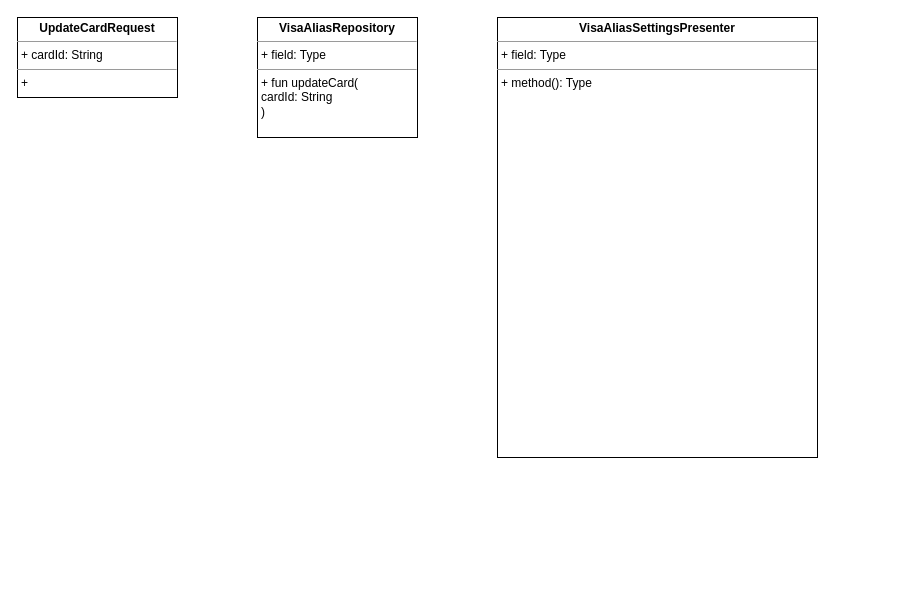
Before: UNI-15530.drawio in ShiryaevNikolay/diagrams, a draw.io diagram. Source tidied: cells renumbered, new cells numbered last; positions are measured from the earlier drawing's top-left corner, leaving out a move shared by most shapes. Both pictures are drawn from the tidied source at 100%, with x=0, y=0 at pixel (17, 17).
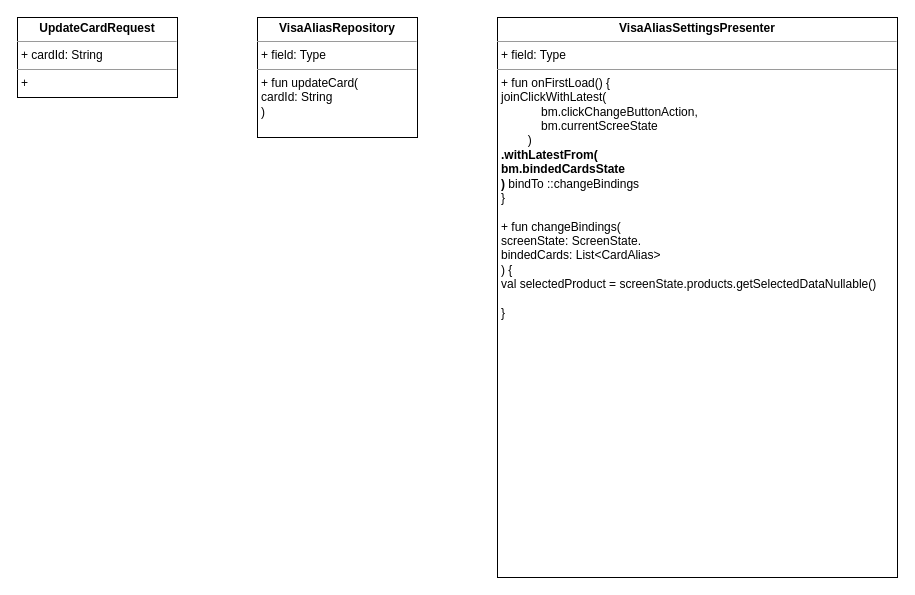
After the change.

What changed in the source:
```diff
@@
 <mxGraphModel>
   <root>
     <mxCell id="0" />
     <mxCell id="1" parent="0" />
     <mxCell id="2" value="&lt;p style=&quot;margin: 0px ; margin-top: 4px ; text-align: center&quot;&gt;&lt;b&gt;UpdateCardRequest&lt;/b&gt;&lt;/p&gt;&lt;hr size=&quot;1&quot;&gt;&lt;p style=&quot;margin: 0px ; margin-left: 4px&quot;&gt;+ cardId: String&lt;/p&gt;&lt;hr size=&quot;1&quot;&gt;&lt;p style=&quot;margin: 0px ; margin-left: 4px&quot;&gt;+ &lt;br&gt;&lt;/p&gt;" style="verticalAlign=top;align=left;overflow=fill;fontSize=12;fontFamily=Helvetica;html=1;" parent="1" vertex="1">
       <mxGeometry width="160" height="80" as="geometry" />
     </mxCell>
     <mxCell id="3" value="&lt;p style=&quot;margin: 0px ; margin-top: 4px ; text-align: center&quot;&gt;&lt;b&gt;VisaAliasRepository&lt;/b&gt;&lt;/p&gt;&lt;hr size=&quot;1&quot;&gt;&lt;p style=&quot;margin: 0px ; margin-left: 4px&quot;&gt;+ field: Type&lt;/p&gt;&lt;hr size=&quot;1&quot;&gt;&lt;p style=&quot;margin: 0px ; margin-left: 4px&quot;&gt;+ fun updateCard(&lt;/p&gt;&lt;p style=&quot;margin: 0px ; margin-left: 4px&quot;&gt;cardId: String&lt;br&gt;&lt;/p&gt;&lt;p style=&quot;margin: 0px ; margin-left: 4px&quot;&gt;)&lt;/p&gt;" style="verticalAlign=top;align=left;overflow=fill;fontSize=12;fontFamily=Helvetica;html=1;" parent="1" vertex="1">
       <mxGeometry x="240" width="160" height="120" as="geometry" />
     </mxCell>
-    <mxCell id="4" value="&lt;p style=&quot;margin: 0px ; margin-top: 4px ; text-align: center&quot;&gt;&lt;b&gt;VisaAliasSettingsPresenter&lt;/b&gt;&lt;/p&gt;&lt;hr size=&quot;1&quot;&gt;&lt;p style=&quot;margin: 0px ; margin-left: 4px&quot;&gt;+ field: Type&lt;/p&gt;&lt;hr size=&quot;1&quot;&gt;&lt;p style=&quot;margin: 0px ; margin-left: 4px&quot;&gt;+ method(): Type&lt;/p&gt;" style="verticalAlign=top;align=left;overflow=fill;fontSize=12;fontFamily=Helvetica;html=1;" parent="1" vertex="1">
-      <mxGeometry x="480" width="320" height="440" as="geometry" />
+    <mxCell id="4" value="&lt;p style=&quot;margin: 0px ; margin-top: 4px ; text-align: center&quot;&gt;&lt;b&gt;VisaAliasSettingsPresenter&lt;/b&gt;&lt;/p&gt;&lt;hr size=&quot;1&quot;&gt;&lt;p style=&quot;margin: 0px ; margin-left: 4px&quot;&gt;+ field: Type&lt;/p&gt;&lt;hr size=&quot;1&quot;&gt;&lt;p style=&quot;margin: 0px ; margin-left: 4px&quot;&gt;+ fun onFirstLoad() {&lt;/p&gt;&lt;p style=&quot;margin: 0px ; margin-left: 4px&quot;&gt;joinClickWithLatest(&lt;br&gt;&amp;nbsp;&amp;nbsp;&amp;nbsp;&amp;nbsp;&amp;nbsp;&amp;nbsp;&amp;nbsp;&amp;nbsp;&amp;nbsp;&amp;nbsp;&amp;nbsp; bm.clickChangeButtonAction,&lt;br&gt;&amp;nbsp;&amp;nbsp;&amp;nbsp;&amp;nbsp;&amp;nbsp;&amp;nbsp;&amp;nbsp;&amp;nbsp;&amp;nbsp;&amp;nbsp;&amp;nbsp; bm.currentScreeState&lt;br&gt;&amp;nbsp;&amp;nbsp;&amp;nbsp;&amp;nbsp;&amp;nbsp;&amp;nbsp;&amp;nbsp; )&lt;/p&gt;&lt;p style=&quot;margin: 0px ; margin-left: 4px&quot;&gt;&lt;b&gt;.withLatestFrom(&lt;/b&gt;&lt;/p&gt;&lt;p style=&quot;margin: 0px ; margin-left: 4px&quot;&gt;&lt;b&gt;bm.bindedCardsState&lt;br&gt;&lt;/b&gt;&lt;/p&gt;&lt;p style=&quot;margin: 0px ; margin-left: 4px&quot;&gt;&lt;b&gt;)&lt;/b&gt; bindTo ::changeBindings&lt;br&gt;&lt;/p&gt;&lt;p style=&quot;margin: 0px ; margin-left: 4px&quot;&gt;}&lt;/p&gt;&lt;p style=&quot;margin: 0px ; margin-left: 4px&quot;&gt;&lt;br&gt;&lt;/p&gt;&lt;p style=&quot;margin: 0px ; margin-left: 4px&quot;&gt;+ fun changeBindings(&lt;/p&gt;&lt;p style=&quot;margin: 0px ; margin-left: 4px&quot;&gt;screenState: ScreenState.&lt;/p&gt;&lt;p style=&quot;margin: 0px ; margin-left: 4px&quot;&gt;bindedCards: List&amp;lt;CardAlias&amp;gt;&lt;br&gt;&lt;/p&gt;&lt;p style=&quot;margin: 0px ; margin-left: 4px&quot;&gt;) {&lt;/p&gt;&lt;p style=&quot;margin: 0px ; margin-left: 4px&quot;&gt;val selectedProduct = screenState.products.getSelectedDataNullable()&lt;/p&gt;&lt;p style=&quot;margin: 0px ; margin-left: 4px&quot;&gt;&lt;br&gt;&lt;/p&gt;&lt;p style=&quot;margin: 0px ; margin-left: 4px&quot;&gt;}&lt;br&gt;&lt;/p&gt;" style="verticalAlign=top;align=left;overflow=fill;fontSize=12;fontFamily=Helvetica;html=1;" parent="1" vertex="1">
+      <mxGeometry x="480" width="400" height="560" as="geometry" />
     </mxCell>
   </root>
 </mxGraphModel>
```
